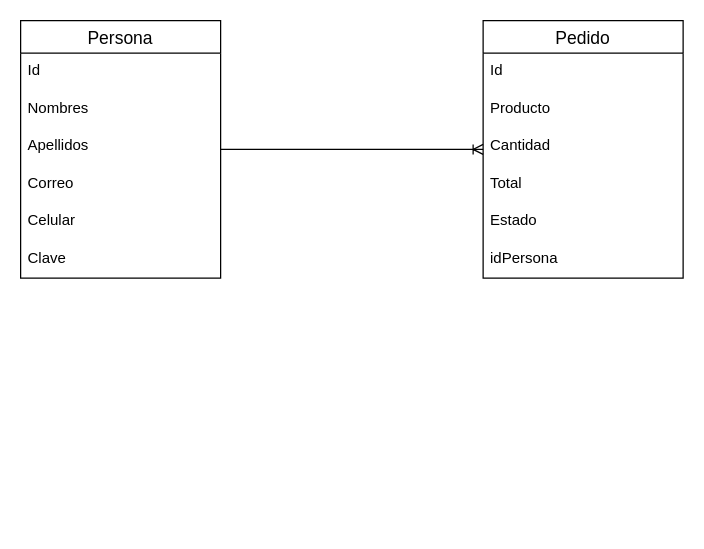
The draw.io diagram DC s2.drawio in b0n1ll4ndr3y/ProjectsCicloIV, before the edit. Source tidied: cells renumbered, new cells numbered last; positions are measured from the earlier drawing's top-left corner, leaving out a move shared by most shapes. Both pictures are drawn from the tidied source at 125%, with x=0, y=0 at pixel (20, 20).
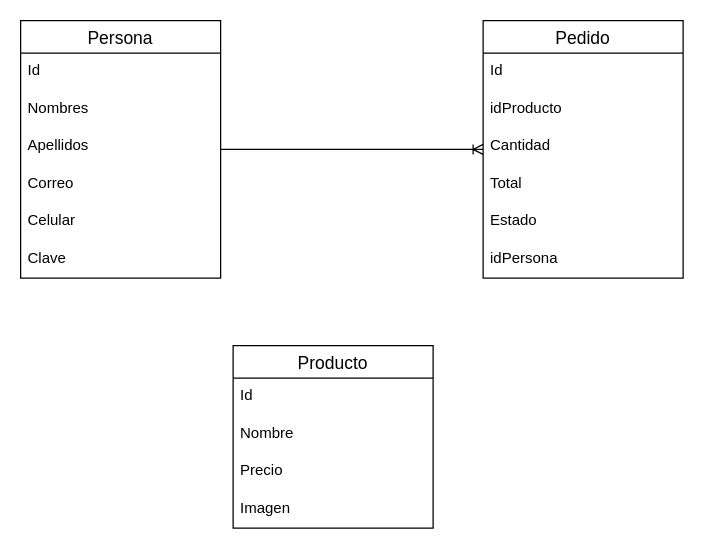
After the change.

The change refers to these unchanged cells:
```xml
<mxCell id="9" value="Pedido" style="swimlane;fontStyle=0;horizontal=1;startSize=26;align=center;fontSize=14;fontColor=default;fillColor=default;strokeColor=default;" parent="1" vertex="1">
  <mxGeometry x="370" width="160" height="206" as="geometry" />
</mxCell>
```

The edit, as a diff of the source:
```diff
@@
-    <mxCell id="11" value="Producto" style="text;strokeColor=none;fillColor=none;spacingLeft=4;spacingRight=4;overflow=hidden;fontSize=12;fontColor=default;" parent="9" vertex="1">
+    <mxCell id="11" value="idProducto" style="text;strokeColor=none;fillColor=none;spacingLeft=4;spacingRight=4;overflow=hidden;fontSize=12;fontColor=default;" parent="9" vertex="1">
       <mxGeometry y="56" width="160" height="30" as="geometry" />
     </mxCell>
@@
+    <mxCell id="17" value="Producto" style="swimlane;fontStyle=0;horizontal=1;startSize=26;align=center;fontSize=14;" parent="1" vertex="1">
+      <mxGeometry x="170" y="260" width="160" height="146" as="geometry" />
+    </mxCell>
+    <mxCell id="18" value="Id" style="text;strokeColor=none;fillColor=none;spacingLeft=4;spacingRight=4;overflow=hidden;fontSize=12;" parent="17" vertex="1">
+      <mxGeometry y="26" width="160" height="30" as="geometry" />
+    </mxCell>
+    <mxCell id="19" value="Nombre" style="text;strokeColor=none;fillColor=none;spacingLeft=4;spacingRight=4;overflow=hidden;fontSize=12;" parent="17" vertex="1">
+      <mxGeometry y="56" width="160" height="30" as="geometry" />
+    </mxCell>
+    <mxCell id="20" value="Precio" style="text;strokeColor=none;fillColor=none;spacingLeft=4;spacingRight=4;overflow=hidden;fontSize=12;" parent="17" vertex="1">
+      <mxGeometry y="86" width="160" height="30" as="geometry" />
+    </mxCell>
+    <mxCell id="21" value="Imagen" style="text;strokeColor=none;fillColor=none;spacingLeft=4;spacingRight=4;overflow=hidden;fontSize=12;" parent="17" vertex="1">
+      <mxGeometry y="116" width="160" height="30" as="geometry" />
+    </mxCell>
```
